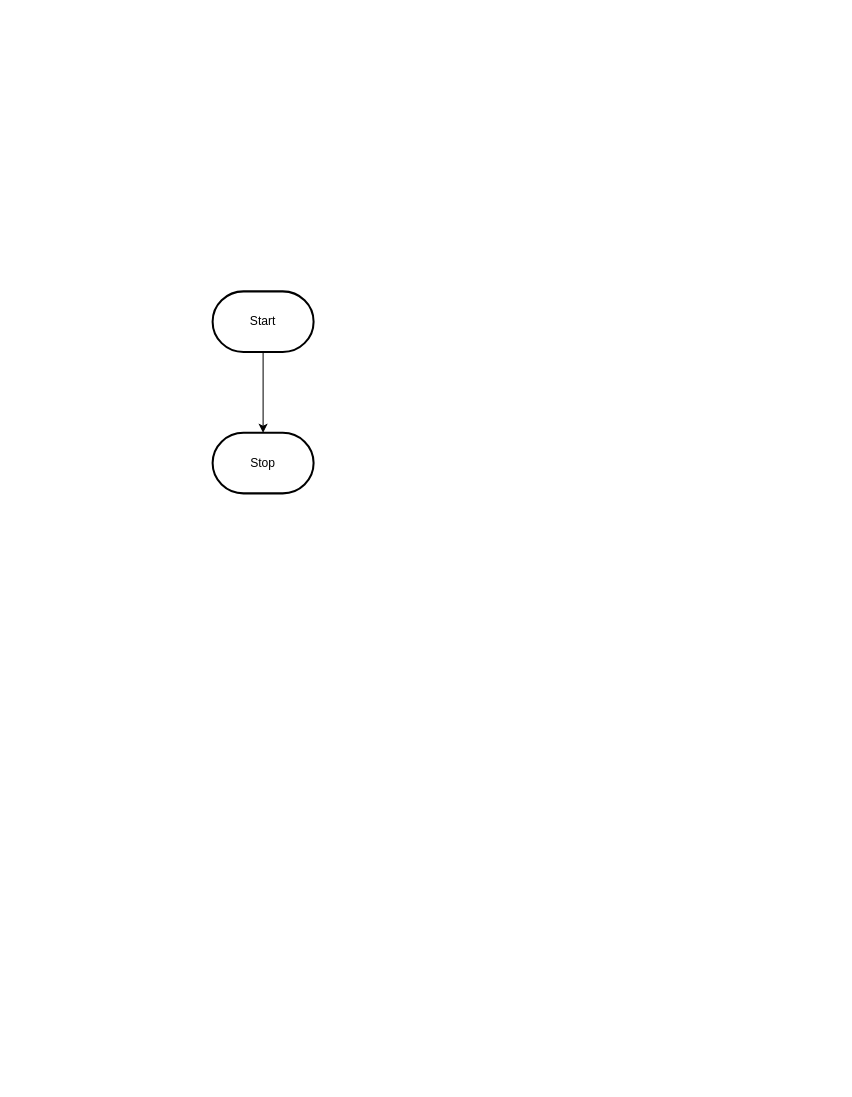
MTHS-ICD2O-1-2023/ICD2O-Unit-5-03-Julianne-Leblanc-Peltier keeps this draw.io diagram as design/flowchart.drawio. Above is the earlier version. Source tidied: cells renumbered, new cells numbered last; positions are measured from the earlier drawing's top-left corner, leaving out a move shared by most shapes. Both pictures are drawn from the tidied source at 101%, with x=0, y=0 at pixel (212, 291).
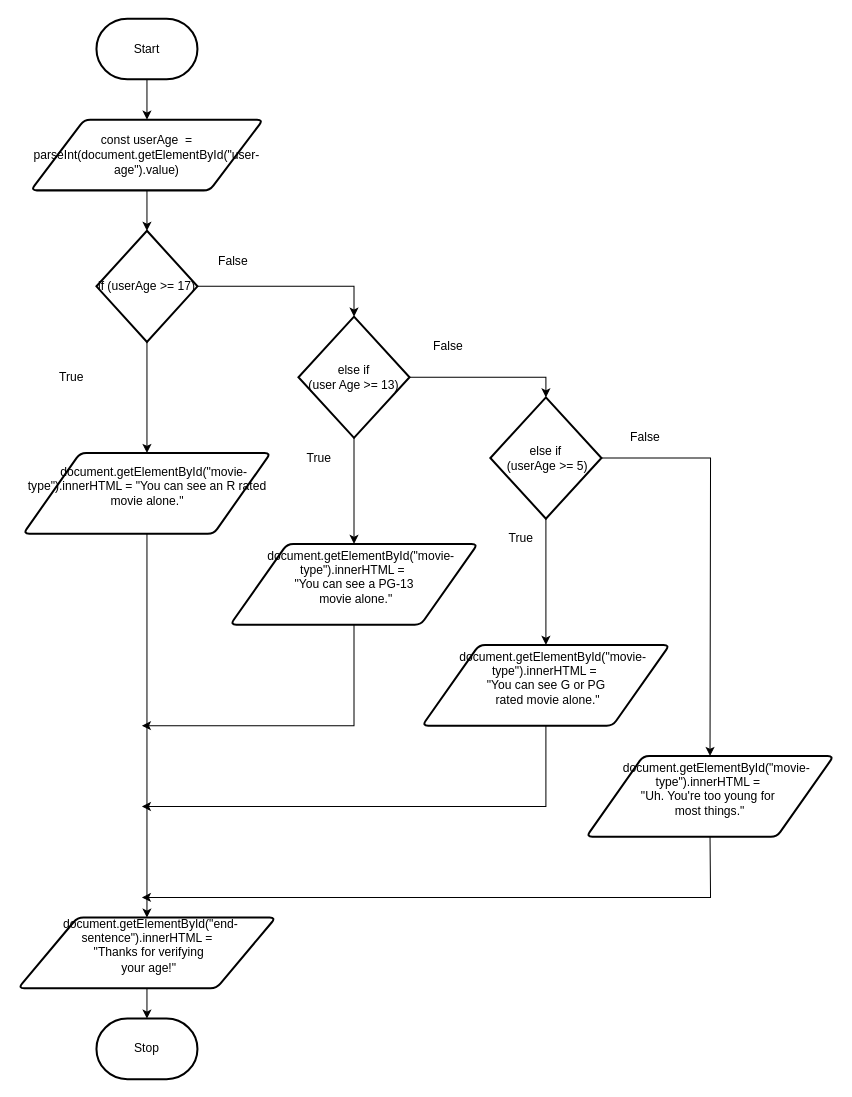
The same diagram, later.

Commit message (it also covers changes not shown here):
added flowchart + storyboard + fixed typos

Change to the diagram source:
```diff
@@
-    <mxCell id="2" style="edgeStyle=orthogonalEdgeStyle;html=1;rounded=0;" parent="1" edge="1" source="3" target="4">
-      <mxGeometry relative="1" as="geometry" />
-    </mxCell>
+    <mxCell id="5" style="edgeStyle=none;html=1;exitX=0.5;exitY=1;exitDx=0;exitDy=0;exitPerimeter=0;" parent="1" edge="1" source="3" target="2">
+      <mxGeometry relative="1" as="geometry" />
+    </mxCell>
     <mxCell id="3" value="Start" style="strokeWidth=2;html=1;shape=mxgraph.flowchart.terminator;whiteSpace=wrap;" parent="1" vertex="1">
-      <mxGeometry width="100" height="60" as="geometry" />
+      <mxGeometry x="-115" y="-270" width="100" height="60" as="geometry" />
     </mxCell>
     <mxCell id="4" value="Stop" style="strokeWidth=2;html=1;shape=mxgraph.flowchart.terminator;whiteSpace=wrap;" parent="1" vertex="1">
-      <mxGeometry y="140" width="100" height="60" as="geometry" />
+      <mxGeometry x="-115" y="720" width="100" height="60" as="geometry" />
     </mxCell>
+    <mxCell id="6" style="edgeStyle=none;html=1;exitX=0.5;exitY=1;exitDx=0;exitDy=0;entryX=0.5;entryY=0;entryDx=0;entryDy=0;entryPerimeter=0;" parent="1" edge="1" source="2" target="9">
+      <mxGeometry relative="1" as="geometry" />
+    </mxCell>
+    <mxCell id="2" value="const userAge&amp;nbsp;&amp;nbsp;= parseInt(document.getElementById(&quot;user-age&quot;).value)" style="shape=parallelogram;html=1;strokeWidth=2;perimeter=parallelogramPerimeter;whiteSpace=wrap;rounded=1;arcSize=12;size=0.23;" parent="1" vertex="1">
+      <mxGeometry x="-180" y="-170" width="230" height="70" as="geometry" />
+    </mxCell>
+    <mxCell id="7" style="edgeStyle=none;html=1;exitX=0.5;exitY=1;exitDx=0;exitDy=0;exitPerimeter=0;entryX=0.5;entryY=0;entryDx=0;entryDy=0;" parent="1" edge="1" source="9" target="11">
+      <mxGeometry relative="1" as="geometry" />
+    </mxCell>
+    <mxCell id="8" style="edgeStyle=none;html=1;exitX=1;exitY=0.5;exitDx=0;exitDy=0;exitPerimeter=0;entryX=0.5;entryY=0;entryDx=0;entryDy=0;entryPerimeter=0;rounded=0;" parent="1" edge="1" source="9" target="15">
+      <mxGeometry relative="1" as="geometry">
+        <Array as="points">
+          <mxPoint x="140" y="-5" />
+        </Array>
+      </mxGeometry>
+    </mxCell>
+    <mxCell id="9" value="if (userAge &amp;gt;= 17)" style="strokeWidth=2;html=1;shape=mxgraph.flowchart.decision;whiteSpace=wrap;" parent="1" vertex="1">
+      <mxGeometry x="-115" y="-60" width="100" height="110" as="geometry" />
+    </mxCell>
+    <mxCell id="10" style="edgeStyle=none;rounded=0;html=1;exitX=0.5;exitY=1;exitDx=0;exitDy=0;entryX=0.5;entryY=0;entryDx=0;entryDy=0;" parent="1" edge="1" source="11" target="31">
+      <mxGeometry relative="1" as="geometry" />
+    </mxCell>
+    <mxCell id="11" value="&lt;div&gt;&amp;nbsp; &amp;nbsp; document.getElementById(&quot;movie-type&quot;).innerHTML = &quot;You can see an R rated movie alone.&quot;&lt;/div&gt;&lt;div&gt;&lt;br&gt;&lt;/div&gt;" style="shape=parallelogram;html=1;strokeWidth=2;perimeter=parallelogramPerimeter;whiteSpace=wrap;rounded=1;arcSize=12;size=0.23;" parent="1" vertex="1">
+      <mxGeometry x="-187.5" y="160" width="245" height="80" as="geometry" />
+    </mxCell>
+    <mxCell id="12" value="True" style="text;html=1;align=center;verticalAlign=middle;strokeColor=none;fillColor=none;" parent="1" vertex="1">
+      <mxGeometry x="-165" y="70" width="50" height="30" as="geometry" />
+    </mxCell>
+    <mxCell id="13" style="edgeStyle=none;rounded=0;html=1;exitX=1;exitY=0.5;exitDx=0;exitDy=0;exitPerimeter=0;entryX=0.5;entryY=0;entryDx=0;entryDy=0;entryPerimeter=0;" parent="1" edge="1" source="15" target="18">
+      <mxGeometry relative="1" as="geometry">
+        <Array as="points">
+          <mxPoint x="330" y="85" />
+        </Array>
+      </mxGeometry>
+    </mxCell>
+    <mxCell id="14" style="edgeStyle=none;rounded=0;html=1;exitX=0.5;exitY=1;exitDx=0;exitDy=0;exitPerimeter=0;entryX=0.5;entryY=0;entryDx=0;entryDy=0;" parent="1" edge="1" source="15" target="21">
+      <mxGeometry relative="1" as="geometry" />
+    </mxCell>
+    <mxCell id="15" value="else if&lt;br&gt;(user Age &amp;gt;= 13)" style="strokeWidth=2;html=1;shape=mxgraph.flowchart.decision;whiteSpace=wrap;" parent="1" vertex="1">
+      <mxGeometry x="85" y="25" width="110" height="120" as="geometry" />
+    </mxCell>
+    <mxCell id="16" style="edgeStyle=none;rounded=0;html=1;exitX=1;exitY=0.5;exitDx=0;exitDy=0;exitPerimeter=0;entryX=0.5;entryY=0;entryDx=0;entryDy=0;" parent="1" edge="1" source="18" target="25">
+      <mxGeometry relative="1" as="geometry">
+        <Array as="points">
+          <mxPoint x="493" y="165" />
+        </Array>
+      </mxGeometry>
+    </mxCell>
+    <mxCell id="17" style="edgeStyle=none;rounded=0;html=1;exitX=0.5;exitY=1;exitDx=0;exitDy=0;exitPerimeter=0;entryX=0.5;entryY=0;entryDx=0;entryDy=0;" parent="1" edge="1" source="18" target="23">
+      <mxGeometry relative="1" as="geometry" />
+    </mxCell>
+    <mxCell id="18" value="else if&lt;br&gt;&amp;nbsp;(userAge &amp;gt;= 5)" style="strokeWidth=2;html=1;shape=mxgraph.flowchart.decision;whiteSpace=wrap;" parent="1" vertex="1">
+      <mxGeometry x="275" y="105" width="110" height="120" as="geometry" />
+    </mxCell>
+    <mxCell id="19" value="False" style="text;html=1;align=center;verticalAlign=middle;strokeColor=none;fillColor=none;" parent="1" vertex="1">
+      <mxGeometry x="-5" y="-45" width="50" height="30" as="geometry" />
+    </mxCell>
+    <mxCell id="20" style="edgeStyle=none;rounded=0;html=1;exitX=0.5;exitY=1;exitDx=0;exitDy=0;" parent="1" edge="1" source="21">
+      <mxGeometry relative="1" as="geometry">
+        <mxPoint x="-70" y="430" as="targetPoint" />
+        <Array as="points">
+          <mxPoint x="140" y="430" />
+        </Array>
+      </mxGeometry>
+    </mxCell>
+    <mxCell id="21" value="&lt;div&gt;&amp;nbsp; &amp;nbsp; document.getElementById(&quot;movie-type&quot;).innerHTML =&amp;nbsp;&lt;/div&gt;&lt;div&gt;&quot;You can see a PG-13&lt;/div&gt;&lt;div&gt;&amp;nbsp;movie alone.&quot;&lt;/div&gt;&lt;div&gt;&lt;br&gt;&lt;/div&gt;" style="shape=parallelogram;html=1;strokeWidth=2;perimeter=parallelogramPerimeter;whiteSpace=wrap;rounded=1;arcSize=12;size=0.23;" parent="1" vertex="1">
+      <mxGeometry x="17.5" y="250" width="245" height="80" as="geometry" />
+    </mxCell>
+    <mxCell id="22" style="edgeStyle=none;rounded=0;html=1;exitX=0.5;exitY=1;exitDx=0;exitDy=0;" parent="1" edge="1" source="23">
+      <mxGeometry relative="1" as="geometry">
+        <mxPoint x="-70" y="510" as="targetPoint" />
+        <Array as="points">
+          <mxPoint x="330" y="510" />
+        </Array>
+      </mxGeometry>
+    </mxCell>
+    <mxCell id="23" value="&lt;div&gt;&amp;nbsp; &amp;nbsp; document.getElementById(&quot;movie-type&quot;).innerHTML =&amp;nbsp;&lt;/div&gt;&lt;div&gt;&quot;You can see G or PG&lt;/div&gt;&lt;div&gt;&lt;span style=&quot;background-color: initial;&quot;&gt;&amp;nbsp;rated movie alone.&quot;&lt;/span&gt;&lt;/div&gt;&lt;div&gt;&lt;br&gt;&lt;/div&gt;" style="shape=parallelogram;html=1;strokeWidth=2;perimeter=parallelogramPerimeter;whiteSpace=wrap;rounded=1;arcSize=12;size=0.23;" parent="1" vertex="1">
+      <mxGeometry x="207.5" y="350" width="245" height="80" as="geometry" />
+    </mxCell>
+    <mxCell id="24" style="edgeStyle=none;rounded=0;html=1;exitX=0.5;exitY=1;exitDx=0;exitDy=0;" parent="1" edge="1" source="25">
+      <mxGeometry relative="1" as="geometry">
+        <mxPoint x="-70" y="600" as="targetPoint" />
+        <Array as="points">
+          <mxPoint x="493" y="600" />
+        </Array>
+      </mxGeometry>
+    </mxCell>
+    <mxCell id="25" value="&lt;div&gt;&amp;nbsp; &amp;nbsp; document.getElementById(&quot;movie-type&quot;).innerHTML =&amp;nbsp;&lt;/div&gt;&lt;div&gt;&quot;Uh. You're too young for&amp;nbsp;&lt;/div&gt;&lt;div&gt;most things.&quot;&lt;/div&gt;&lt;div&gt;&lt;br&gt;&lt;/div&gt;" style="shape=parallelogram;html=1;strokeWidth=2;perimeter=parallelogramPerimeter;whiteSpace=wrap;rounded=1;arcSize=12;size=0.23;" parent="1" vertex="1">
+      <mxGeometry x="370" y="460" width="245" height="80" as="geometry" />
+    </mxCell>
+    <mxCell id="26" value="True" style="text;html=1;align=center;verticalAlign=middle;strokeColor=none;fillColor=none;" parent="1" vertex="1">
+      <mxGeometry x="80" y="150" width="50" height="30" as="geometry" />
+    </mxCell>
+    <mxCell id="27" value="True" style="text;html=1;align=center;verticalAlign=middle;strokeColor=none;fillColor=none;" parent="1" vertex="1">
+      <mxGeometry x="280" y="230" width="50" height="30" as="geometry" />
+    </mxCell>
+    <mxCell id="28" value="False" style="text;html=1;align=center;verticalAlign=middle;strokeColor=none;fillColor=none;" parent="1" vertex="1">
+      <mxGeometry x="207.5" y="40" width="50" height="30" as="geometry" />
+    </mxCell>
+    <mxCell id="29" value="False" style="text;html=1;align=center;verticalAlign=middle;strokeColor=none;fillColor=none;" parent="1" vertex="1">
+      <mxGeometry x="402.5" y="130" width="50" height="30" as="geometry" />
+    </mxCell>
+    <mxCell id="30" style="edgeStyle=none;rounded=0;html=1;exitX=0.5;exitY=1;exitDx=0;exitDy=0;entryX=0.5;entryY=0;entryDx=0;entryDy=0;entryPerimeter=0;" parent="1" edge="1" source="31" target="4">
+      <mxGeometry relative="1" as="geometry" />
+    </mxCell>
+    <mxCell id="31" value="&lt;div&gt;&lt;span style=&quot;font-size: 12px;&quot;&gt;&amp;nbsp; document.getElementById(&quot;end-sentence&quot;).innerHTML =&lt;/span&gt;&lt;/div&gt;&lt;div&gt;&lt;span style=&quot;font-size: 12px;&quot;&gt;&amp;nbsp;&quot;Thanks for verifying&lt;/span&gt;&lt;/div&gt;&lt;div&gt;&lt;span style=&quot;font-size: 12px;&quot;&gt;&amp;nbsp;your age!&quot;&lt;/span&gt;&lt;/div&gt;&lt;div&gt;&lt;br&gt;&lt;/div&gt;" style="shape=parallelogram;html=1;strokeWidth=2;perimeter=parallelogramPerimeter;whiteSpace=wrap;rounded=1;arcSize=12;size=0.23;" parent="1" vertex="1">
+      <mxGeometry x="-192.5" y="620" width="255" height="70" as="geometry" />
+    </mxCell>
```
